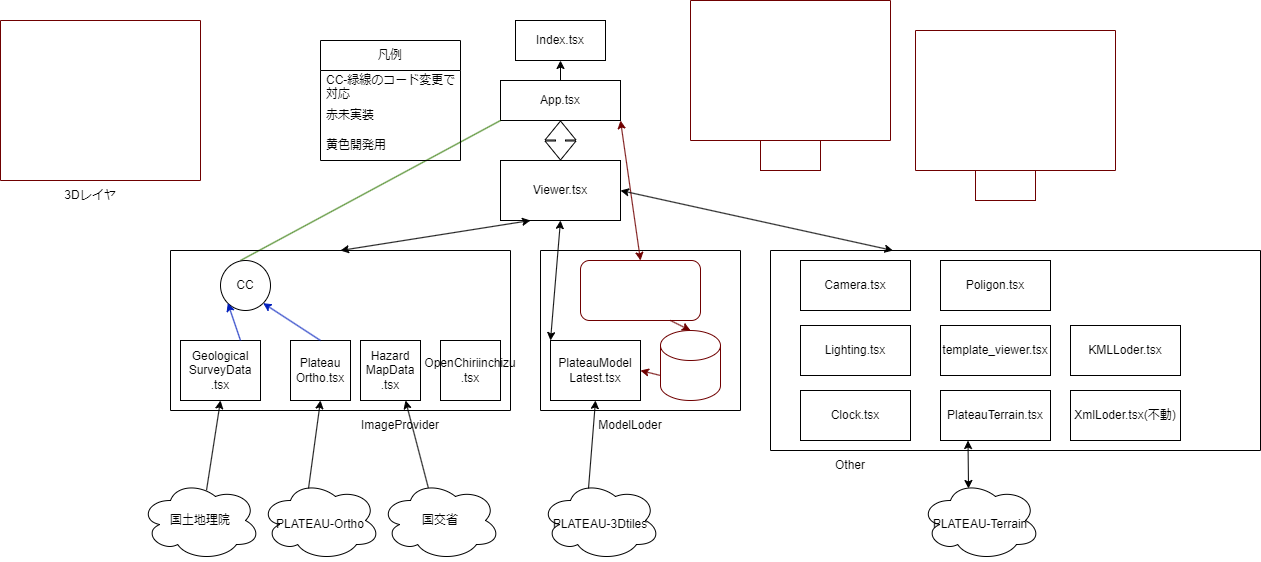
Above: sekkei.drawio.png in nanten-pi/Plateau_2024 (draw.io), before the change. Source tidied: cells renumbered, new cells last; positions are measured from the earlier drawing's top-left corner, leaving out a move shared by most shapes.
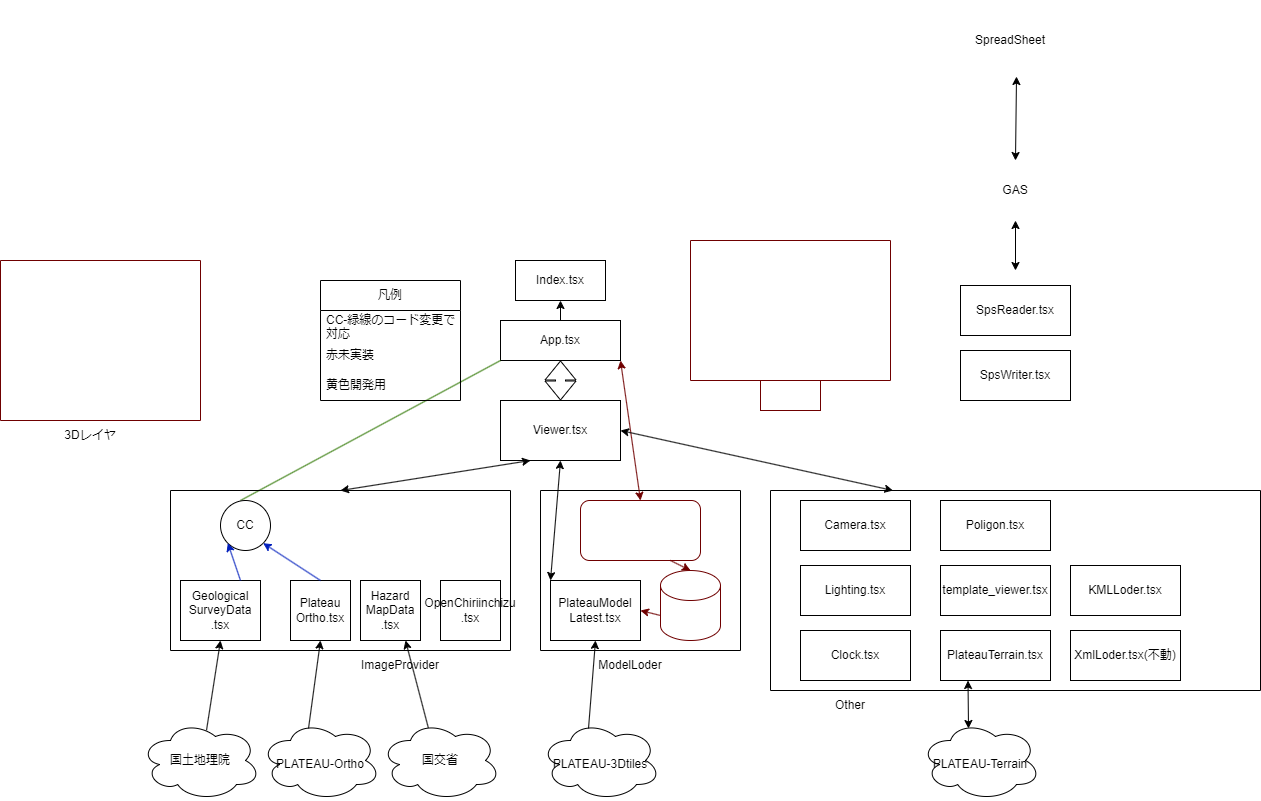
Above is the later version.

Change to the diagram source:
```diff
@@ -88,11 +88,17 @@
     <mxCell id="29" value="ModelLoder" style="text;html=1;strokeColor=none;fillColor=none;align=center;verticalAlign=middle;whiteSpace=wrap;rounded=0;" parent="1" vertex="1">
       <mxGeometry x="600" y="410" width="60" height="30" as="geometry" />
     </mxCell>
-    <mxCell id="30" style="swimlane;startSize=0;fillColor=none;fontColor=#ffffff;strokeColor=#6F0000;" parent="1" vertex="1">
+    <mxCell id="30" style="swimlane;startSize=0;fillColor=none;fontColor=#ffffff;strokeColor=#FFFFFF;" parent="1" vertex="1">
       <mxGeometry x="915" y="30" width="200" height="140" as="geometry" />
     </mxCell>
+    <mxCell id="58" value="SpsReader.tsx" style="rounded=0;whiteSpace=wrap;html=1;fillColor=none;" parent="30" vertex="1">
+      <mxGeometry x="45" y="15" width="110" height="50" as="geometry" />
+    </mxCell>
+    <mxCell id="59" value="SpsWriter.tsx" style="rounded=0;whiteSpace=wrap;html=1;fillColor=none;" parent="30" vertex="1">
+      <mxGeometry x="45" y="80" width="110" height="50" as="geometry" />
+    </mxCell>
-    <mxCell id="31" value="Editor" style="text;html=1;strokeColor=#6F0000;fillColor=none;align=center;verticalAlign=middle;whiteSpace=wrap;rounded=0;fontColor=#ffffff;" parent="1" vertex="1">
-      <mxGeometry x="975" y="170" width="60" height="30" as="geometry" />
+    <mxCell id="31" value="Editor" style="text;html=1;strokeColor=#FFFFFF;fillColor=none;align=center;verticalAlign=middle;whiteSpace=wrap;rounded=0;fontColor=#ffffff;" parent="1" vertex="1">
+      <mxGeometry x="985" y="170" width="60" height="30" as="geometry" />
     </mxCell>
     <mxCell id="32" style="endArrow=classic;startArrow=classic;html=1;entryX=1;entryY=0.5;entryDx=0;entryDy=0;exitX=0.25;exitY=0;exitDx=0;exitDy=0;" parent="1" edge="1" source="33" target="4">
       <mxGeometry relative="1" as="geometry" />
@@ -172,5 +178,17 @@
     <mxCell id="57" value="3Dレイヤ" style="text;html=1;strokeColor=none;fillColor=none;align=center;verticalAlign=middle;whiteSpace=wrap;rounded=0;" parent="1" vertex="1">
       <mxGeometry x="60" y="180" width="60" height="30" as="geometry" />
     </mxCell>
+    <mxCell id="60" value="GAS" style="rounded=0;whiteSpace=wrap;html=1;strokeColor=#FFFFFF;" parent="1" vertex="1">
+      <mxGeometry x="955" y="-80" width="120" height="60" as="geometry" />
+    </mxCell>
+    <mxCell id="61" value="SpreadSheet" style="ellipse;shape=cloud;whiteSpace=wrap;html=1;strokeColor=#FFFFFF;" parent="1" vertex="1">
+      <mxGeometry x="950" y="-240" width="120" height="80" as="geometry" />
+    </mxCell>
+    <mxCell id="62" style="endArrow=classic;startArrow=classic;html=1;entryX=0.5;entryY=1;entryDx=0;entryDy=0;exitX=0.5;exitY=0;exitDx=0;exitDy=0;" parent="1" edge="1" source="30" target="60">
+      <mxGeometry relative="1" as="geometry" />
+    </mxCell>
+    <mxCell id="63" style="endArrow=classic;startArrow=classic;html=1;exitX=0.5;exitY=0;exitDx=0;exitDy=0;entryX=0.55;entryY=0.95;entryDx=0;entryDy=0;entryPerimeter=0;" parent="1" edge="1" source="60" target="61">
+      <mxGeometry relative="1" as="geometry" />
+    </mxCell>
   </root>
 </mxGraphModel>
```
